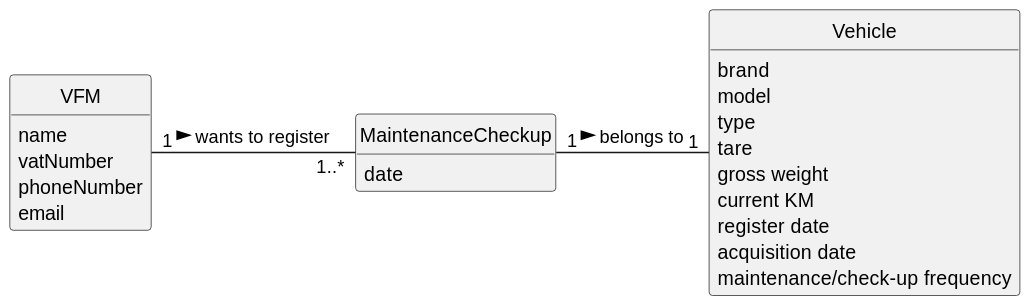
Before: docs/sprint3/us007/02.analysis/svg/us007-domain-model.svg, a diagram exported from PlantUML (tiagosoa/lei-24-s2-1dgh-g073). Its diagram source:
```plantuml
@startuml
skinparam monochrome true
skinparam packageStyle rectangle
skinparam shadowing false


skinparam classAttributeIconSize 0

hide circle
hide methods



class VFM {
    name
    vatNumber
    phoneNumber
    email
}

class MaintenanceCheckup {
    date
}

class Vehicle {
    brand
    model
    type
    tare
    gross weight
    current KM
    register date
    acquisition date
    maintenance/check-up frequency
}

VFM "1" - "1..*" MaintenanceCheckup : wants to register >
MaintenanceCheckup "1" - "1" Vehicle: belongs to >
@enduml
```
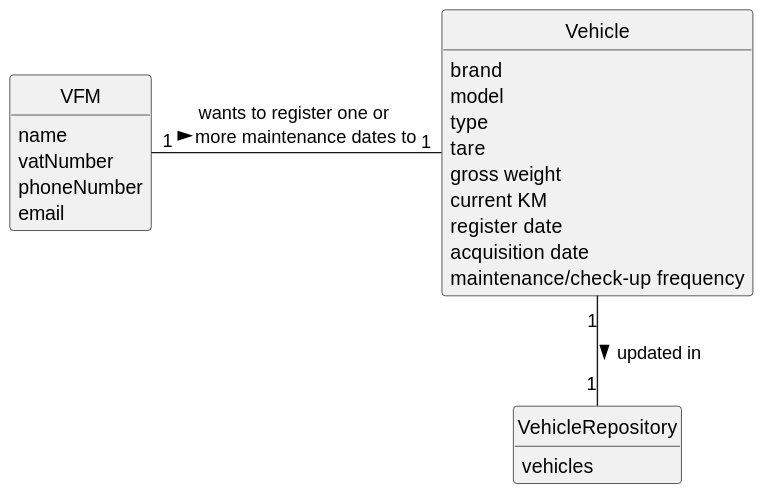
Later version of the same file.

Diff of the diagram source:
```diff
@@ -18,10 +18,6 @@
     email
 }
 
-class MaintenanceCheckup {
-    date
-}
-
 class Vehicle {
     brand
     model
@@ -34,6 +30,10 @@
     maintenance/check-up frequency
 }
 
-VFM "1" - "1..*" MaintenanceCheckup : wants to register >
-MaintenanceCheckup "1" - "1" Vehicle: belongs to >
+class VehicleRepository {
+      vehicles
+}
+
+VFM "1" - "1" Vehicle : wants to register one or \nmore maintenance dates to >
+Vehicle "1" -- "1" VehicleRepository : updated in >
 @enduml
```
